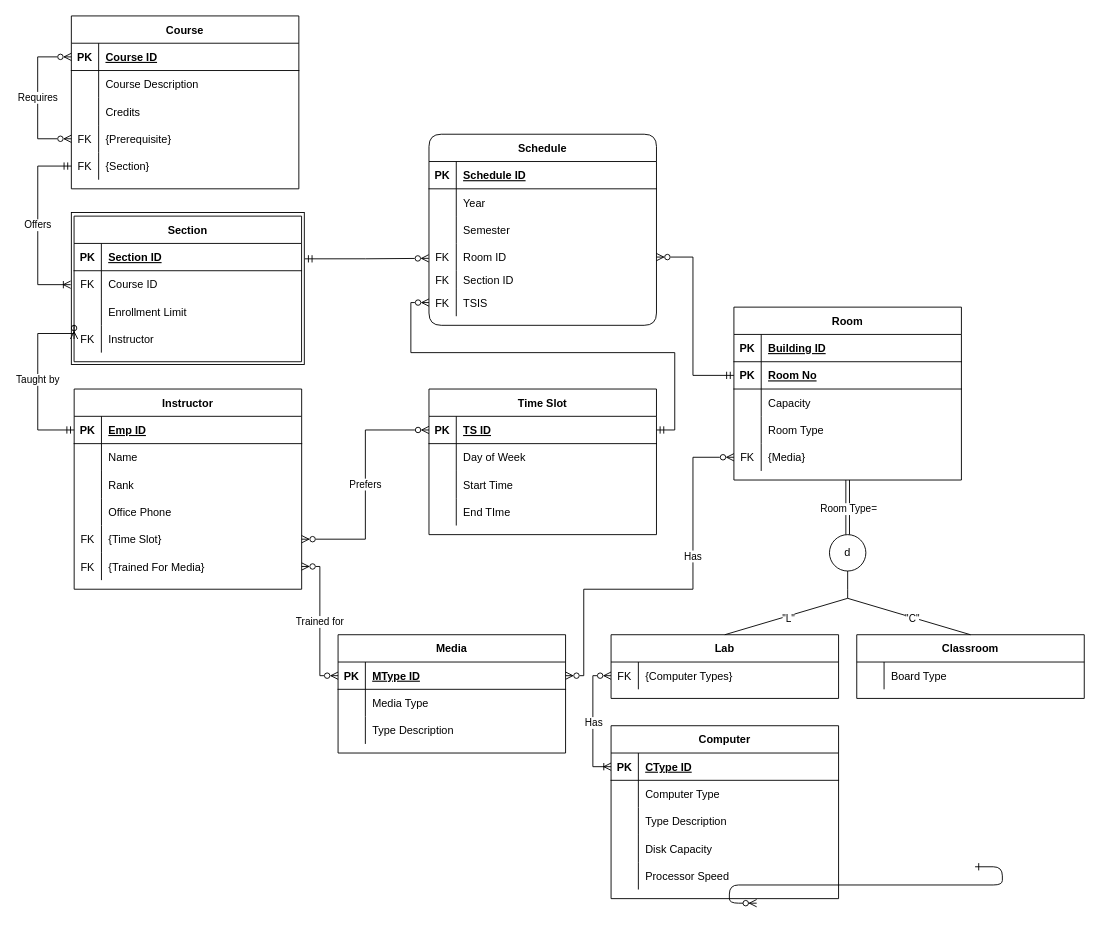
melvinchia3636/erd keeps this draw.io diagram as erd/Untitled Diagram.drawio. Above is the earlier version. Source tidied: cells renumbered, new cells numbered last; positions are measured from the earlier drawing's top-left corner, leaving out a move shared by most shapes. Both pictures are drawn from the tidied source at 91%, with x=0, y=0 at pixel (37, 15).
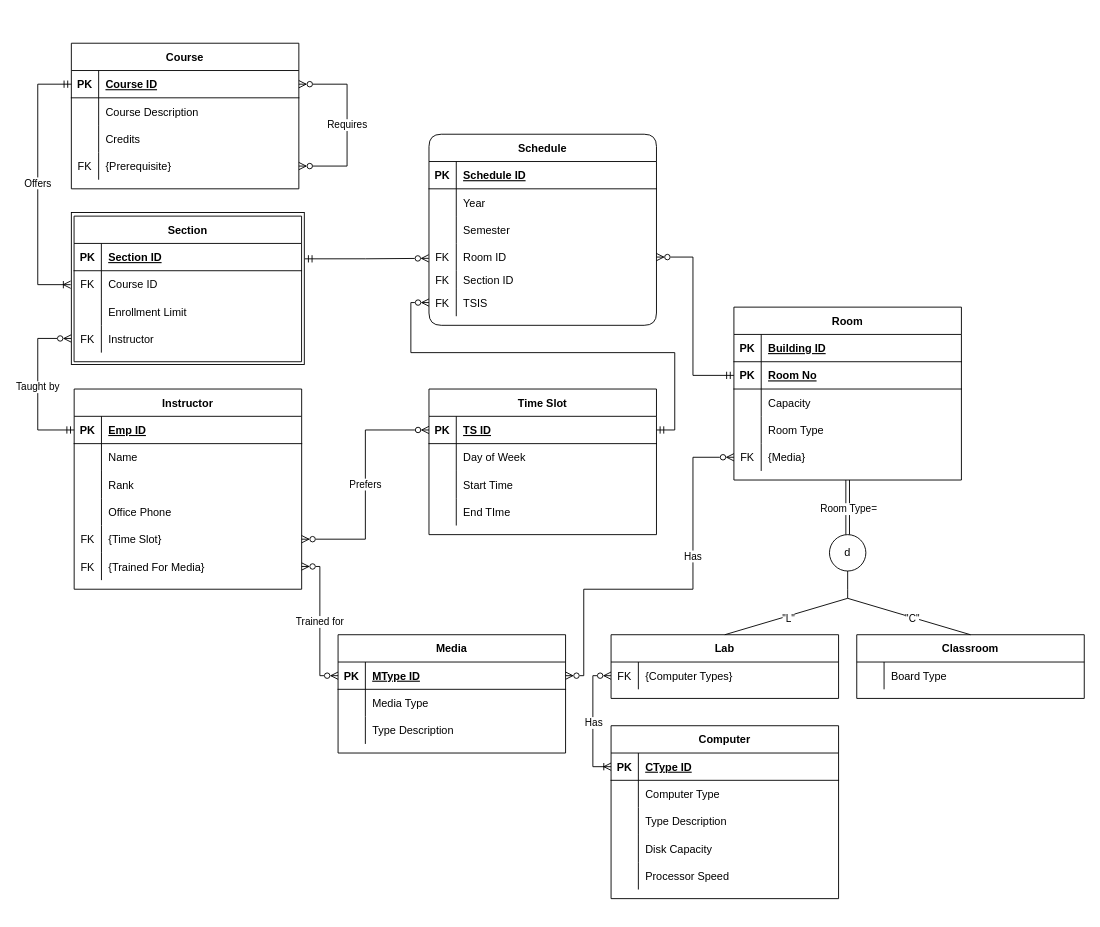
After the change.

Unchanged cells that the change refers to:
```xml
<mxCell id="2" style="whiteSpace=wrap;html=1;" parent="1" vertex="1">
  <mxGeometry x="36.9" y="216" width="256" height="167" as="geometry" />
</mxCell>
<mxCell id="64" style="shape=partialRectangle;fillColor=none;points=[[0,0.5],[1,0.5]];portConstraint=eastwest;top=0;left=0;right=0;bottom=1;" parent="63" vertex="1">
  <mxGeometry y="30" width="250" height="30" as="geometry" />
</mxCell>
<mxCell id="96" style="shape=partialRectangle;fillColor=none;points=[[0,0.5],[1,0.5]];portConstraint=eastwest;top=0;left=0;right=0;bottom=1;" parent="95" vertex="1">
  <mxGeometry y="30" width="250" height="30" as="geometry" />
</mxCell>
<mxCell id="105" style="shape=partialRectangle;fillColor=none;points=[[0,0.5],[1,0.5]];portConstraint=eastwest;top=0;left=0;right=0;bottom=0;" parent="95" vertex="1">
  <mxGeometry y="120" width="250" height="30" as="geometry" />
</mxCell>
<mxCell id="123" style="shape=partialRectangle;fillColor=none;points=[[0,0.5],[1,0.5]];portConstraint=eastwest;top=0;left=0;right=0;bottom=0;" parent="113" vertex="1">
  <mxGeometry y="120" width="250" height="30" as="geometry" />
</mxCell>
```

Change to the diagram source:
```diff
@@
-    <mxCell id="3" style="edgeStyle=entityRelationEdgeStyle;endArrow=ERzeroToMany;startArrow=ERone;endFill=1;startFill=0;" parent="1" edge="1">
-      <mxGeometry relative="1" as="geometry">
-        <mxPoint x="1030" y="935" as="sourcePoint" />
-        <mxPoint x="790" y="975" as="targetPoint" />
-      </mxGeometry>
-    </mxCell>
@@
     <mxCell id="95" value="Course" style="shape=table;startSize=30;childLayout=tableLayout;rowLines=0;fontStyle=1;align=center;" parent="1" vertex="1">
-      <mxGeometry x="36.9" width="250" height="190" as="geometry" />
+      <mxGeometry x="36.9" y="30" width="250" height="160" as="geometry" />
     </mxCell>
@@
-    <mxCell id="108" style="shape=partialRectangle;fillColor=none;points=[[0,0.5],[1,0.5]];portConstraint=eastwest;top=0;left=0;right=0;bottom=0;" parent="95" vertex="1">
-      <mxGeometry y="150" width="250" height="30" as="geometry" />
-    </mxCell>
-    <mxCell id="109" value="FK" style="shape=partialRectangle;overflow=hidden;fillColor=none;top=0;left=0;bottom=0;right=0;" parent="108" vertex="1">
-      <mxGeometry width="30" height="30" as="geometry" />
-    </mxCell>
-    <mxCell id="110" value="{Section}" style="shape=partialRectangle;overflow=hidden;fillColor=none;top=0;left=0;bottom=0;right=0;align=left;spacingLeft=6;" parent="108" vertex="1">
-      <mxGeometry x="30" width="220" height="30" as="geometry" />
-    </mxCell>
-    <mxCell id="111" style="edgeStyle=orthogonalEdgeStyle;rounded=0;jettySize=auto;html=1;entryX=0;entryY=0.5;entryDx=0;entryDy=0;endArrow=ERzeroToMany;endFill=0;startArrow=ERzeroToMany;startFill=0;exitX=0;exitY=0.5;exitDx=0;exitDy=0;" parent="95" edge="1" source="105" target="96">
+    <mxCell id="111" style="edgeStyle=orthogonalEdgeStyle;rounded=0;jettySize=auto;html=1;endArrow=ERzeroToMany;endFill=0;startArrow=ERzeroToMany;startFill=0;exitX=1;exitY=0.5;exitDx=0;exitDy=0;entryX=1;entryY=0.5;entryDx=0;entryDy=0;" parent="95" edge="1" source="105" target="96">
       <mxGeometry relative="1" as="geometry">
         <Array as="points">
-          <mxPoint x="-37" y="135" />
-          <mxPoint x="-37" y="45" />
+          <mxPoint x="303" y="135" />
+          <mxPoint x="303" y="45" />
         </Array>
       </mxGeometry>
     </mxCell>
@@
-    <mxCell id="126" style="edgeStyle=orthogonalEdgeStyle;rounded=0;jettySize=auto;html=1;startArrow=ERmandOne;startFill=0;endArrow=ERoneToMany;endFill=0;entryX=-0.003;entryY=0.475;entryDx=0;entryDy=0;entryPerimeter=0;exitX=0;exitY=0.5;exitDx=0;exitDy=0;" parent="1" edge="1" source="108" target="2">
+    <mxCell id="126" style="edgeStyle=orthogonalEdgeStyle;rounded=0;jettySize=auto;html=1;startArrow=ERmandOne;startFill=0;endArrow=ERoneToMany;endFill=0;entryX=-0.003;entryY=0.475;entryDx=0;entryDy=0;entryPerimeter=0;exitX=0;exitY=0.5;exitDx=0;exitDy=0;" parent="1" edge="1" source="96" target="2">
       <mxGeometry relative="1" as="geometry">
         <Array as="points">
-          <mxPoint y="165" />
+          <mxPoint y="75" />
           <mxPoint y="295" />
         </Array>
       </mxGeometry>
     </mxCell>
@@
-    <mxCell id="158" value="Taught by" style="edgeStyle=orthogonalEdgeStyle;rounded=0;jettySize=auto;html=1;entryX=0;entryY=0.5;entryDx=0;entryDy=0;startArrow=ERzeroToMany;startFill=0;endArrow=ERmandOne;endFill=0;exitX=0;exitY=0.5;exitDx=0;exitDy=0;" parent="1" edge="1" source="123" target="64">
+    <mxCell id="158" value="Taught by" style="edgeStyle=orthogonalEdgeStyle;rounded=0;jettySize=auto;html=1;entryX=0;entryY=0.5;entryDx=0;entryDy=0;startArrow=ERzeroToMany;startFill=0;endArrow=ERmandOne;endFill=0;exitX=-0.001;exitY=0.829;exitDx=0;exitDy=0;exitPerimeter=0;" parent="1" edge="1" source="2" target="64">
       <mxGeometry x="0.01" relative="1" as="geometry">
         <Array as="points">
-          <mxPoint y="349" />
+          <mxPoint y="354" />
           <mxPoint y="455" />
         </Array>
       </mxGeometry>
     </mxCell>
```
